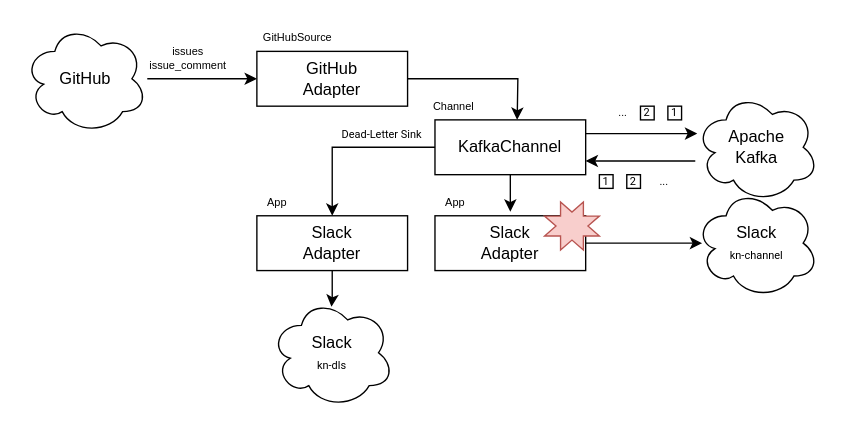
Above: doc/pattern4.drawio in knativecon/demo22 (draw.io), before the change. Source tidied: cells renumbered, new cells numbered last; positions are measured from the earlier drawing's top-left corner, leaving out a move shared by most shapes. Both pictures are drawn from the tidied source at 137%, with x=0, y=0 at pixel (23, 23).
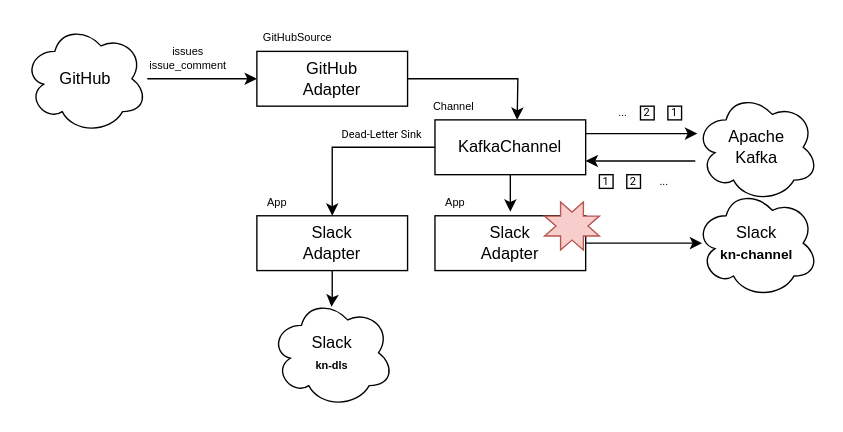
The same diagram, later.

What changed in the source:
```diff
@@
-    <mxCell id="8" value="Slack&lt;br style=&quot;font-size: 11px;&quot;&gt;&lt;font face=&quot;roboto&quot;&gt;&lt;span style=&quot;font-size: 8px;&quot;&gt;kn-channel&lt;/span&gt;&lt;/font&gt;" style="ellipse;shape=cloud;whiteSpace=wrap;html=1;" parent="1" vertex="1">
+    <mxCell id="8" value="Slack&lt;br style=&quot;font-size: 11px;&quot;&gt;&lt;font style=&quot;font-size: 10px;&quot;&gt;&lt;b&gt;kn-channel&lt;/b&gt;&lt;/font&gt;" style="ellipse;shape=cloud;whiteSpace=wrap;html=1;" parent="1" vertex="1">
       <mxGeometry x="490" y="120" width="90" height="80" as="geometry" />
     </mxCell>
@@
-    <mxCell id="29" value="Slack&lt;br&gt;&lt;span style=&quot;font-family: roboto; font-size: 8px;&quot;&gt;kn-dls&lt;/span&gt;" style="ellipse;shape=cloud;whiteSpace=wrap;html=1;" parent="1" vertex="1">
+    <mxCell id="29" value="Slack&lt;br&gt;&lt;span style=&quot;font-size: 8px;&quot;&gt;&lt;b style=&quot;&quot;&gt;kn-dls&lt;/b&gt;&lt;/span&gt;" style="ellipse;shape=cloud;whiteSpace=wrap;html=1;" parent="1" vertex="1">
       <mxGeometry x="180" y="200" width="90" height="80" as="geometry" />
     </mxCell>
```
